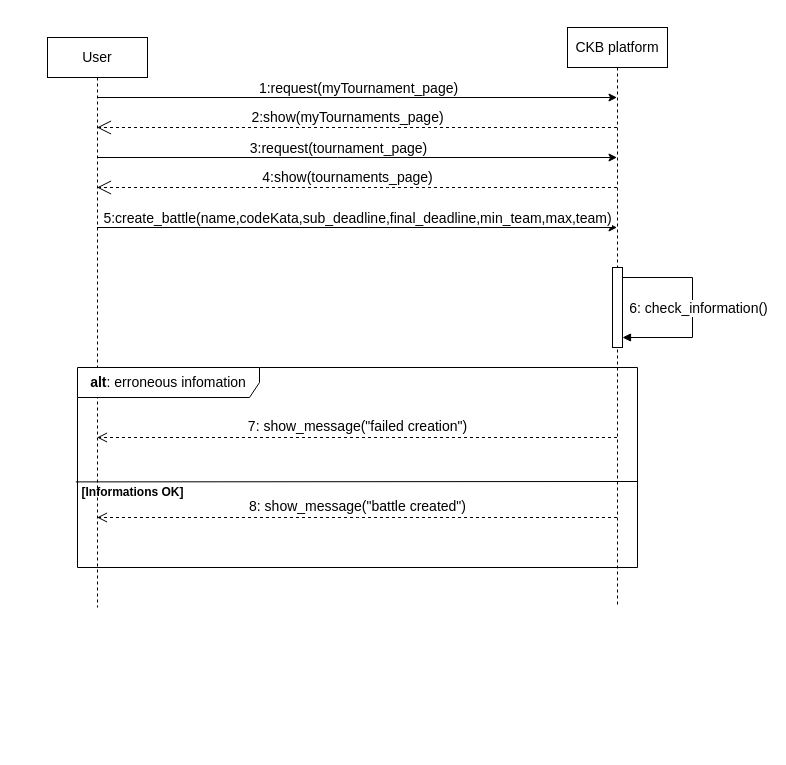
Above: page "Create Battle" (4 of 19) of diagrams/sequence diagrams/sequence_diagrams.drawio in mttcrn/software-engineering-II-project (draw.io), before the change. Source tidied: cells renumbered, new cells numbered last; positions are measured from the earlier drawing's top-left corner, leaving out a move shared by most shapes. Both pictures are drawn from the tidied source at 100%, with x=0, y=0 at pixel (47, 27).
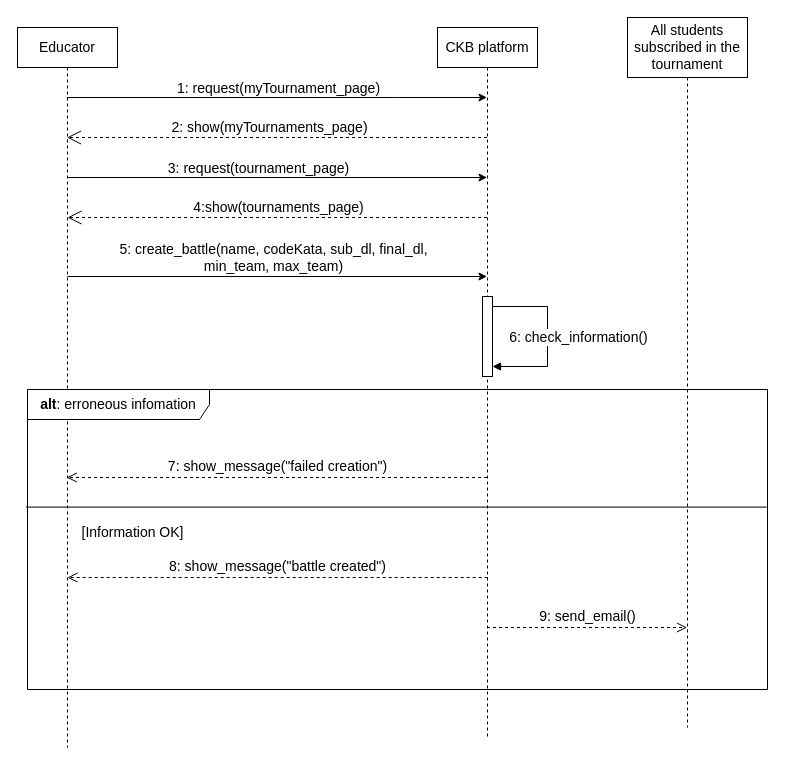
The same diagram, later.

Change to the diagram source:
```diff
@@
     <mxCell id="2" value="CKB platform" style="shape=umlLifeline;perimeter=lifelinePerimeter;whiteSpace=wrap;html=1;outlineConnect=0;portConstraint=eastwest;newEdgeStyle={&quot;edgeStyle&quot;:&quot;elbowEdgeStyle&quot;,&quot;elbow&quot;:&quot;vertical&quot;,&quot;curved&quot;:0,&quot;rounded&quot;:0};fontSize=14;" parent="1" vertex="1">
-      <mxGeometry x="520" width="100" height="580" as="geometry" />
+      <mxGeometry x="390" width="100" height="710" as="geometry" />
     </mxCell>
-    <mxCell id="3" style="html=1;points=[[0,0,0,0,5],[0,1,0,0,-5],[1,0,0,0,5],[1,1,0,0,-5]];perimeter=orthogonalPerimeter;outlineConnect=0;targetShapes=umlLifeline;portConstraint=eastwest;newEdgeStyle={&quot;curved&quot;:0,&quot;rounded&quot;:0};" parent="2" vertex="1">
-      <mxGeometry x="45" y="240" width="10" height="80" as="geometry" />
+    <mxCell id="3" style="html=1;points=[[0,0,0,0,5],[0,1,0,0,-5],[1,0,0,0,5],[1,1,0,0,-5]];perimeter=orthogonalPerimeter;outlineConnect=0;targetShapes=umlLifeline;portConstraint=eastwest;newEdgeStyle={&quot;curved&quot;:0,&quot;rounded&quot;:0};fontSize=14;" parent="2" vertex="1">
+      <mxGeometry x="45" y="269" width="10" height="80" as="geometry" />
     </mxCell>
     <mxCell id="4" style="html=1;align=left;spacingLeft=2;endArrow=block;rounded=0;edgeStyle=orthogonalEdgeStyle;curved=0;rounded=0;fontSize=14;" parent="2" edge="1" source="3" target="3">
       <mxGeometry relative="1" as="geometry">
         <Array as="points">
-          <mxPoint x="125" y="250" />
-          <mxPoint x="125" y="310" />
+          <mxPoint x="110" y="279" />
+          <mxPoint x="110" y="339" />
         </Array>
       </mxGeometry>
     </mxCell>
     <mxCell id="5" value="6: check_information()" style="edgeLabel;html=1;align=center;verticalAlign=middle;fontSize=14;" parent="4" vertex="1">
       <mxGeometry x="-0.04" y="2" relative="1" as="geometry">
-        <mxPoint x="3" y="4" as="offset" />
+        <mxPoint x="28" y="3" as="offset" />
       </mxGeometry>
     </mxCell>
-    <mxCell id="6" value="User" style="shape=umlLifeline;perimeter=lifelinePerimeter;whiteSpace=wrap;html=1;outlineConnect=0;portConstraint=eastwest;newEdgeStyle={&quot;edgeStyle&quot;:&quot;elbowEdgeStyle&quot;,&quot;elbow&quot;:&quot;vertical&quot;,&quot;curved&quot;:0,&quot;rounded&quot;:0};fontSize=14;" parent="1" vertex="1">
-      <mxGeometry y="10" width="100" height="570" as="geometry" />
+    <mxCell id="6" value="Educator" style="shape=umlLifeline;perimeter=lifelinePerimeter;whiteSpace=wrap;html=1;outlineConnect=0;portConstraint=eastwest;newEdgeStyle={&quot;edgeStyle&quot;:&quot;elbowEdgeStyle&quot;,&quot;elbow&quot;:&quot;vertical&quot;,&quot;curved&quot;:0,&quot;rounded&quot;:0};fontSize=14;" parent="1" vertex="1">
+      <mxGeometry x="-30" width="100" height="720" as="geometry" />
     </mxCell>
-    <mxCell id="7" style="endArrow=classic;html=1;rounded=0;" parent="1" edge="1" source="6" target="2">
+    <mxCell id="7" style="endArrow=classic;html=1;rounded=0;fontSize=14;" parent="1" edge="1">
       <mxGeometry relative="1" as="geometry">
+        <mxPoint x="20" y="249" as="sourcePoint" />
+        <mxPoint x="439.5" y="249" as="targetPoint" />
         <Array as="points">
-          <mxPoint x="321" y="200" />
+          <mxPoint x="291.5" y="249" />
         </Array>
       </mxGeometry>
     </mxCell>
-    <mxCell id="8" value="&lt;font style=&quot;font-size: 14px;&quot;&gt;5:create_battle(name,codeKata,sub_deadline,final_deadline,min_team,max,team)&lt;/font&gt;" style="edgeLabel;html=1;align=center;verticalAlign=middle;" parent="7" vertex="1">
+    <mxCell id="8" value="&lt;font style=&quot;font-size: 14px;&quot;&gt;5: create_battle(name, codeKata, sub_dl, final_dl, &lt;br style=&quot;font-size: 14px;&quot;&gt;min_team, max_team)&lt;/font&gt;" style="edgeLabel;html=1;align=center;verticalAlign=middle;fontSize=14;" parent="7" vertex="1">
       <mxGeometry relative="1" as="geometry">
-        <mxPoint y="-10" as="offset" />
+        <mxPoint x="-5" y="-20" as="offset" />
       </mxGeometry>
     </mxCell>
-    <mxCell id="9" value="8: show_message(&quot;battle created&quot;)" style="html=1;verticalAlign=bottom;endArrow=open;dashed=1;endSize=8;curved=0;rounded=0;fontSize=14;" parent="1" edge="1" source="2" target="6">
+    <mxCell id="9" value="8: show_message(&quot;battle created&quot;)" style="html=1;verticalAlign=bottom;endArrow=open;dashed=1;endSize=8;curved=0;rounded=0;fontSize=14;" parent="1" edge="1">
       <mxGeometry relative="1" as="geometry">
+        <mxPoint x="440.2" y="550" as="sourcePoint" />
+        <mxPoint x="20" y="550" as="targetPoint" />
         <Array as="points">
-          <mxPoint x="310" y="490" />
+          <mxPoint x="310.8" y="550" />
         </Array>
       </mxGeometry>
     </mxCell>
     <mxCell id="10" value="&lt;b style=&quot;font-size: 14px;&quot;&gt;alt&lt;/b&gt;: erroneous infomation" style="shape=umlFrame;whiteSpace=wrap;html=1;width=182;height=30;fontSize=14;" parent="1" vertex="1">
-      <mxGeometry x="30" y="340" width="560" height="200" as="geometry" />
+      <mxGeometry x="-20" y="362" width="740" height="300" as="geometry" />
     </mxCell>
-    <mxCell id="11" value="7: show_message(&quot;failed creation&quot;)" style="html=1;verticalAlign=bottom;endArrow=open;dashed=1;endSize=8;curved=0;rounded=0;fontSize=14;" parent="1" edge="1" source="2" target="6">
+    <mxCell id="11" value="7: show_message(&quot;failed creation&quot;)" style="html=1;verticalAlign=bottom;endArrow=open;dashed=1;endSize=8;curved=0;rounded=0;fontSize=14;" parent="1" edge="1">
       <mxGeometry relative="1" as="geometry">
+        <mxPoint x="439.5" y="450" as="sourcePoint" />
+        <mxPoint x="19.3" y="450" as="targetPoint" />
         <Array as="points">
-          <mxPoint x="340" y="410" />
+          <mxPoint x="340" y="450" />
         </Array>
       </mxGeometry>
     </mxCell>
-    <mxCell id="12" style="endArrow=none;html=1;rounded=0;entryX=1.001;entryY=0.57;entryDx=0;entryDy=0;entryPerimeter=0;exitX=-0.003;exitY=0.572;exitDx=0;exitDy=0;exitPerimeter=0;fontSize=14;elbow=vertical;" parent="1" edge="1" source="10" target="10">
+    <mxCell id="12" style="endArrow=none;html=1;rounded=0;entryX=0.999;entryY=0.392;entryDx=0;entryDy=0;entryPerimeter=0;exitX=-0.002;exitY=0.392;exitDx=0;exitDy=0;exitPerimeter=0;fontSize=14;elbow=vertical;" parent="1" edge="1" source="10" target="10">
       <mxGeometry relative="1" as="geometry" />
     </mxCell>
-    <mxCell id="13" value="&lt;b&gt;[Informations OK]&lt;/b&gt;" style="text;html=1;align=center;verticalAlign=middle;strokeColor=none;fillColor=none;" parent="1" vertex="1">
-      <mxGeometry x="20" y="450" width="130" height="30" as="geometry" />
+    <mxCell id="13" value="&lt;span style=&quot;font-size: 14px;&quot;&gt;[Information OK]&lt;/span&gt;" style="text;html=1;align=center;verticalAlign=middle;strokeColor=none;fillColor=none;fontSize=14;" parent="1" vertex="1">
+      <mxGeometry x="20" y="490" width="130" height="30" as="geometry" />
     </mxCell>
-    <mxCell id="14" style="endArrow=classic;html=1;rounded=0;" parent="1" edge="1" source="6" target="2">
+    <mxCell id="14" style="endArrow=classic;html=1;rounded=0;fontSize=14;" parent="1" edge="1" source="6" target="2">
       <mxGeometry relative="1" as="geometry">
         <Array as="points">
           <mxPoint x="350" y="70" />
         </Array>
       </mxGeometry>
     </mxCell>
-    <mxCell id="15" value="&lt;font style=&quot;font-size: 14px;&quot;&gt;1:request(myTournament_page)&lt;/font&gt;" style="edgeLabel;html=1;align=center;verticalAlign=middle;" parent="14" vertex="1">
+    <mxCell id="15" value="&lt;font style=&quot;font-size: 14px;&quot;&gt;1: request(myTournament_page)&lt;/font&gt;" style="edgeLabel;html=1;align=center;verticalAlign=middle;fontSize=14;" parent="14" vertex="1">
       <mxGeometry relative="1" as="geometry">
         <mxPoint x="1" y="-10" as="offset" />
       </mxGeometry>
     </mxCell>
-    <mxCell id="16" value="&lt;font style=&quot;font-size: 14px;&quot;&gt;2:show(myTournaments_page)&lt;/font&gt;" style="endArrow=open;endSize=12;dashed=1;html=1;rounded=0;" parent="1" edge="1" source="2" target="6">
+    <mxCell id="16" value="&lt;font style=&quot;font-size: 14px;&quot;&gt;2: show(myTournaments_page)&lt;/font&gt;" style="endArrow=open;endSize=12;dashed=1;html=1;rounded=0;fontSize=14;" parent="1" edge="1" source="2" target="6">
       <mxGeometry x="0.04" y="-10" relative="1" as="geometry">
         <Array as="points">
-          <mxPoint x="320" y="100" />
+          <mxPoint x="320.5" y="110" />
         </Array>
       </mxGeometry>
     </mxCell>
-    <mxCell id="17" style="endArrow=classic;html=1;rounded=0;" parent="1" edge="1" source="6" target="2">
+    <mxCell id="17" style="endArrow=classic;html=1;rounded=0;fontSize=14;" parent="1" edge="1" source="6" target="2">
       <mxGeometry relative="1" as="geometry">
         <Array as="points">
-          <mxPoint x="290" y="130" />
+          <mxPoint x="290.5" y="150" />
         </Array>
       </mxGeometry>
     </mxCell>
-    <mxCell id="18" value="&lt;font style=&quot;font-size: 14px;&quot;&gt;3:request(tournament_page)&lt;/font&gt;" style="edgeLabel;html=1;align=center;verticalAlign=middle;" parent="17" vertex="1">
+    <mxCell id="18" value="&lt;font style=&quot;font-size: 14px;&quot;&gt;3: request(tournament_page)&lt;/font&gt;" style="edgeLabel;html=1;align=center;verticalAlign=middle;fontSize=14;" parent="17" vertex="1">
       <mxGeometry relative="1" as="geometry">
         <mxPoint x="-19" y="-10" as="offset" />
       </mxGeometry>
     </mxCell>
-    <mxCell id="19" value="&lt;font style=&quot;font-size: 14px;&quot;&gt;4:show(tournaments_page)&lt;/font&gt;" style="endArrow=open;endSize=12;dashed=1;html=1;rounded=0;" parent="1" edge="1" source="2" target="6">
-      <mxGeometry x="0.04" y="-10" relative="1" as="geometry">
+    <mxCell id="19" value="&lt;font style=&quot;font-size: 14px;&quot;&gt;4:show(tournaments_page)&lt;/font&gt;" style="endArrow=open;endSize=12;dashed=1;html=1;rounded=0;fontSize=14;" parent="1" edge="1" source="2">
+      <mxGeometry y="-10" relative="1" as="geometry">
+        <mxPoint x="20" y="190" as="targetPoint" />
         <Array as="points">
-          <mxPoint x="340" y="160" />
+          <mxPoint x="310.5" y="190" />
         </Array>
+        <mxPoint x="1" as="offset" />
       </mxGeometry>
     </mxCell>
+    <mxCell id="20" value="All students subscribed in the tournament" style="shape=umlLifeline;perimeter=lifelinePerimeter;whiteSpace=wrap;html=1;outlineConnect=0;portConstraint=eastwest;newEdgeStyle={&quot;edgeStyle&quot;:&quot;elbowEdgeStyle&quot;,&quot;elbow&quot;:&quot;vertical&quot;,&quot;curved&quot;:0,&quot;rounded&quot;:0};fontSize=14;size=60;" parent="1" vertex="1">
+      <mxGeometry x="580" y="-10" width="120" height="710" as="geometry" />
+    </mxCell>
+    <mxCell id="21" value="9: send_email()" style="html=1;verticalAlign=bottom;endArrow=open;dashed=1;endSize=8;curved=0;rounded=0;fontSize=14;" parent="1" edge="1" source="2" target="20">
+      <mxGeometry relative="1" as="geometry">
+        <Array as="points">
+          <mxPoint x="540" y="600" />
+        </Array>
+      </mxGeometry>
+    </mxCell>
```
